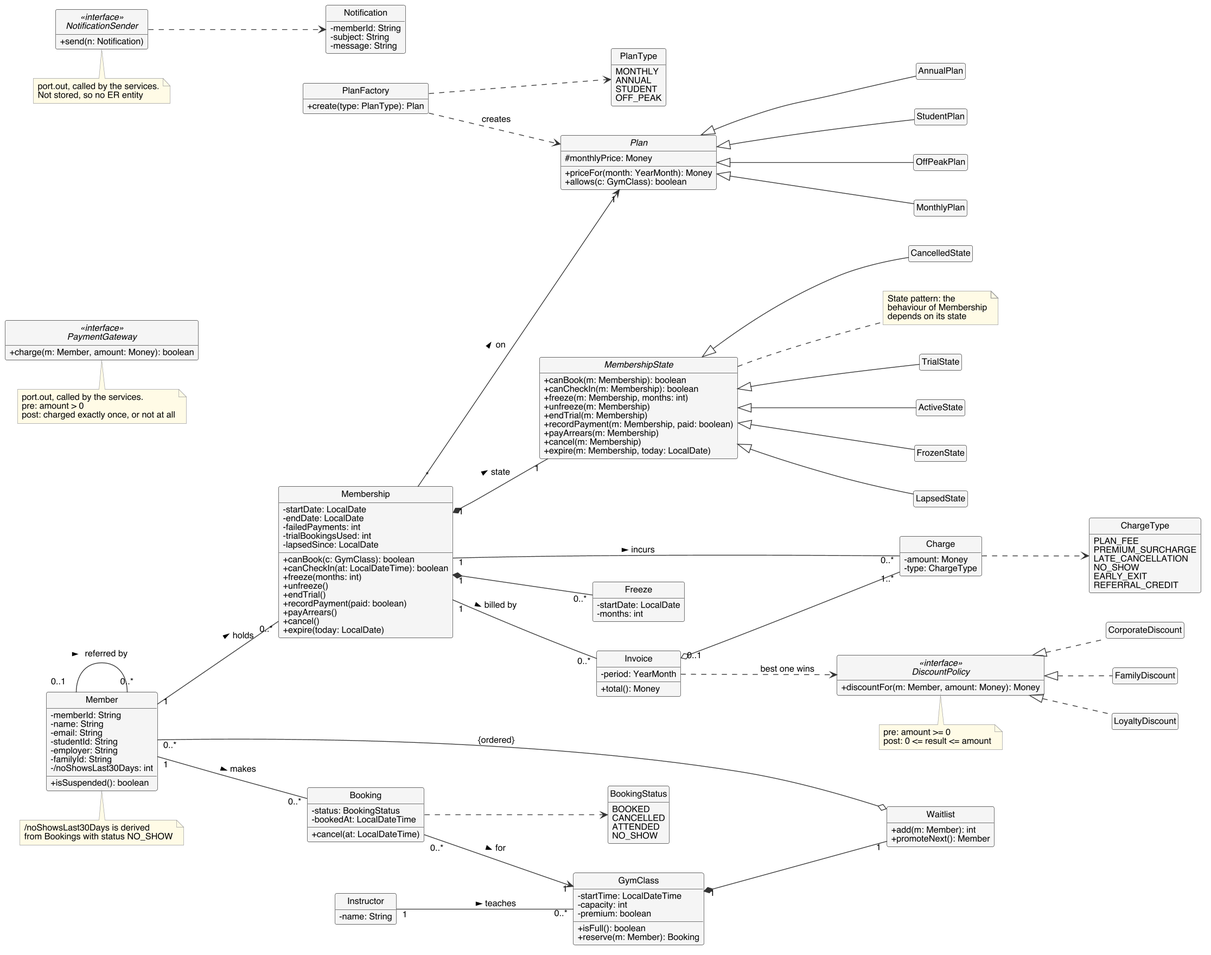
Above: report/analysis/class-diagram.png in CS6451-Advanced-Software-Design/Gym-Membership (PlantUML), before the change.
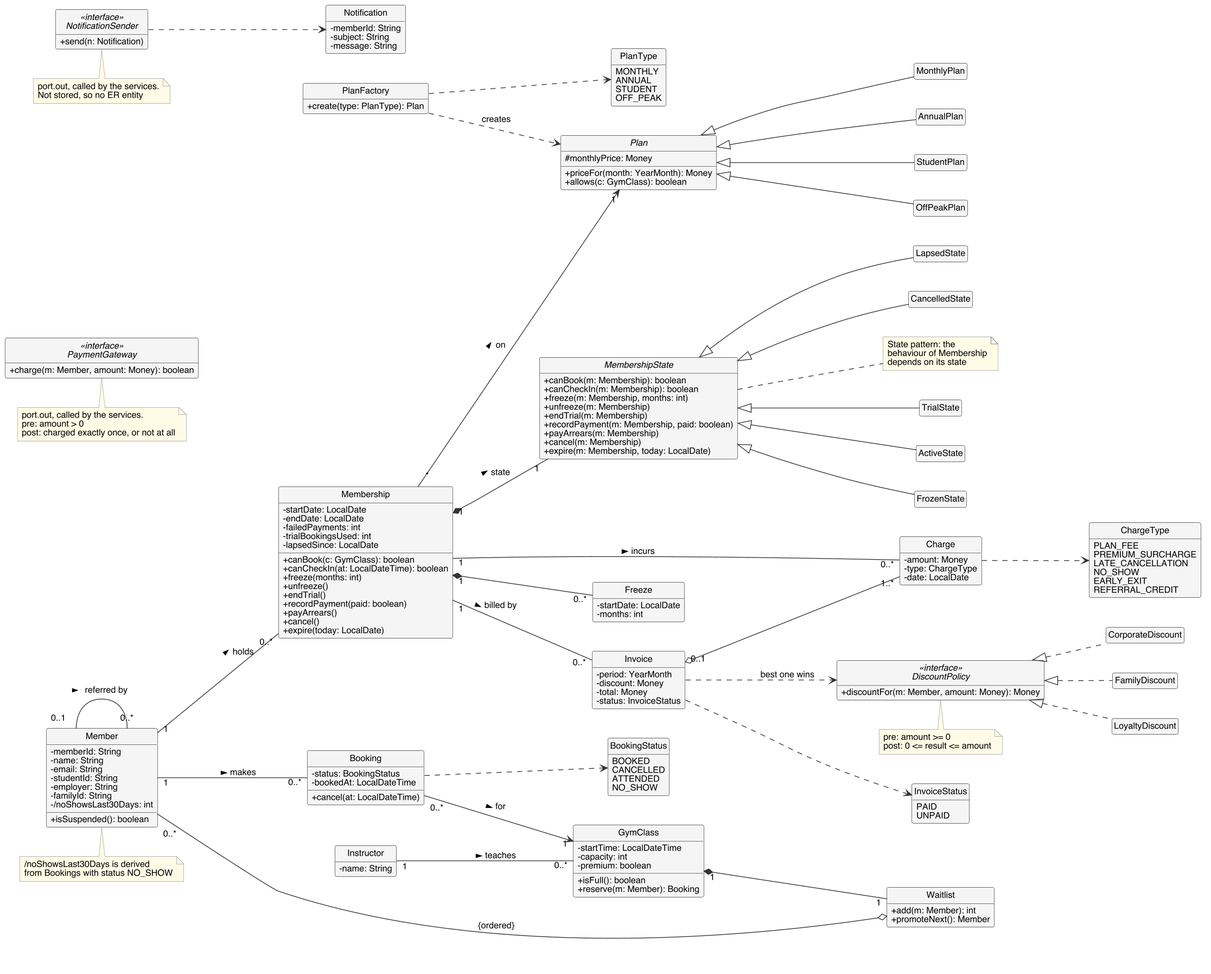
After the commit.

Commit message:
docs(analysis): add the stored Billing fields to the class and ER diagrams so they match the code

Change to the diagram source:
```diff
@@ -112,12 +112,19 @@
 
 class Invoice {
   -period: YearMonth
-  +total(): Money
+  -discount: Money
+  -total: Money
+  -status: InvoiceStatus
+}
+enum InvoiceStatus {
+  PAID
+  UNPAID
 }
 
 class Charge {
   -amount: Money
   -type: ChargeType
+  -date: LocalDate
 }
 enum ChargeType {
   PLAN_FEE
@@ -176,6 +183,7 @@
 Invoice "0..1" o-- "1..*" Charge
 Membership "1" -- "0..*" Charge : incurs >
 Charge ..> ChargeType
+Invoice ..> InvoiceStatus
 Invoice ..> DiscountPolicy : best one wins
 DiscountPolicy <|.. CorporateDiscount
 DiscountPolicy <|.. FamilyDiscount
```
